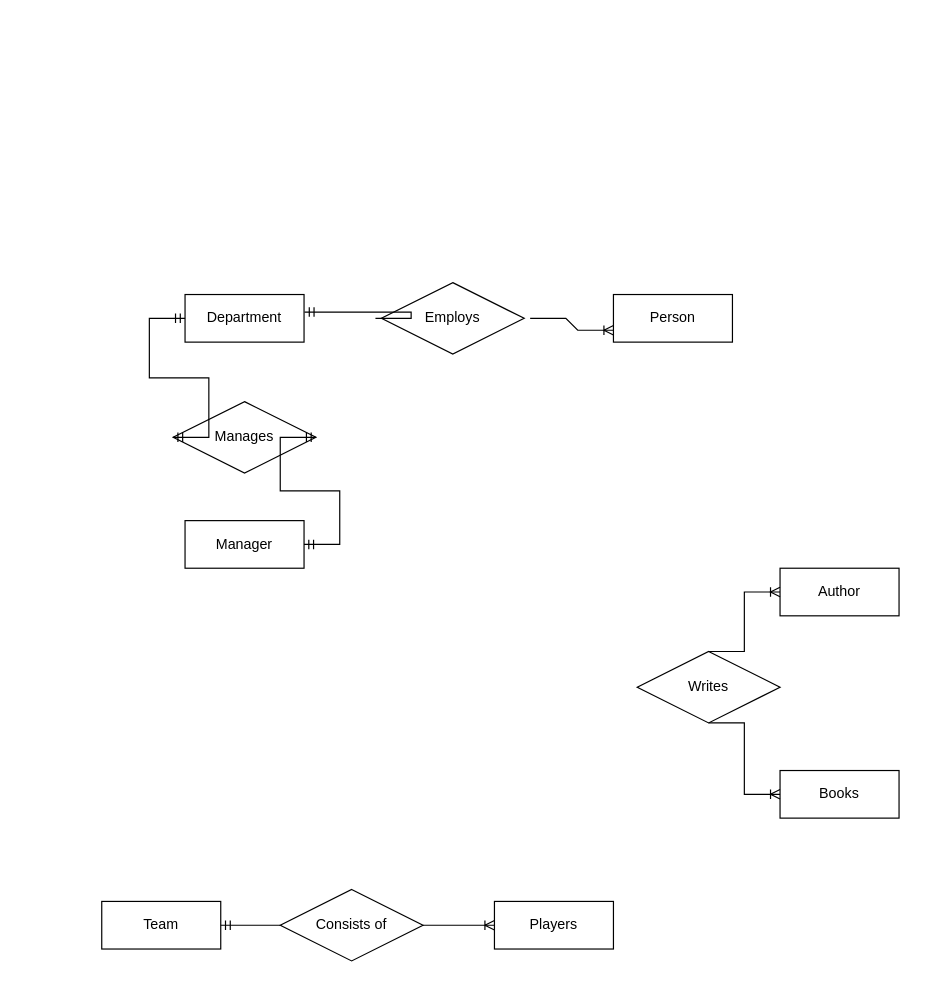
Above: folder/Untitled Diagram.drawio in Elshan777/draw.io-diagrams (draw.io), before the change. Source tidied: cells renumbered, new cells numbered last; positions are measured from the earlier drawing's top-left corner, leaving out a move shared by most shapes. Both pictures are drawn from the tidied source at 119%, with x=0, y=0 at pixel (101, 282).
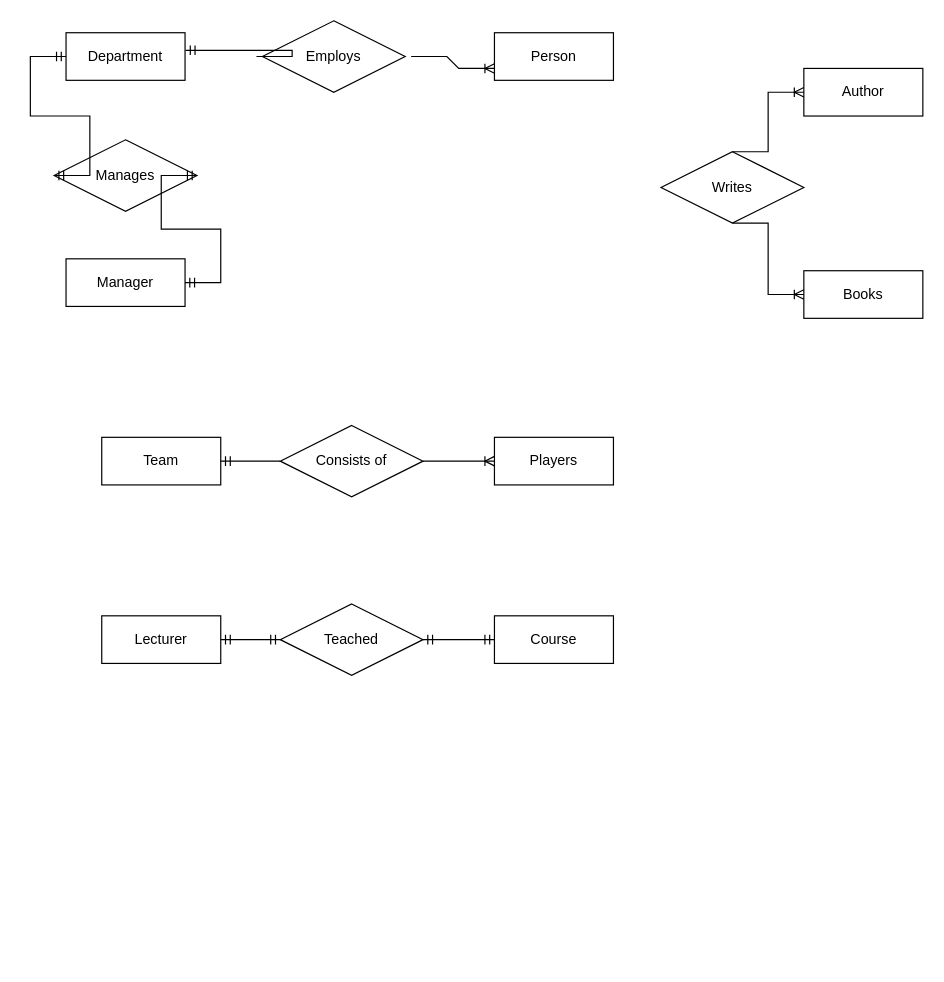
After the change.

Change to the diagram source:
```diff
@@
     <mxCell id="2" value="Department" style="whiteSpace=wrap;html=1;align=center;" parent="1" vertex="1">
-      <mxGeometry x="70" y="10" width="100" height="40" as="geometry" />
+      <mxGeometry x="-30" y="-210" width="100" height="40" as="geometry" />
     </mxCell>
     <mxCell id="3" value="Person" style="whiteSpace=wrap;html=1;align=center;" parent="1" vertex="1">
-      <mxGeometry x="430" y="10" width="100" height="40" as="geometry" />
+      <mxGeometry x="330" y="-210" width="100" height="40" as="geometry" />
     </mxCell>
     <mxCell id="4" value="Manager" style="whiteSpace=wrap;html=1;align=center;" parent="1" vertex="1">
-      <mxGeometry x="70" y="200" width="100" height="40" as="geometry" />
+      <mxGeometry x="-30" y="-20" width="100" height="40" as="geometry" />
     </mxCell>
     <mxCell id="5" value="Manages" style="shape=rhombus;perimeter=rhombusPerimeter;whiteSpace=wrap;html=1;align=center;" parent="1" vertex="1">
-      <mxGeometry x="60" y="100" width="120" height="60" as="geometry" />
+      <mxGeometry x="-40" y="-120" width="120" height="60" as="geometry" />
     </mxCell>
     <mxCell id="6" value="Author" style="whiteSpace=wrap;html=1;align=center;" parent="1" vertex="1">
-      <mxGeometry x="570" y="240" width="100" height="40" as="geometry" />
+      <mxGeometry x="590" y="-180" width="100" height="40" as="geometry" />
     </mxCell>
     <mxCell id="7" value="Books" style="whiteSpace=wrap;html=1;align=center;" parent="1" vertex="1">
-      <mxGeometry x="570" y="410" width="100" height="40" as="geometry" />
+      <mxGeometry x="590" y="-10" width="100" height="40" as="geometry" />
     </mxCell>
     <mxCell id="8" value="Writes" style="shape=rhombus;perimeter=rhombusPerimeter;whiteSpace=wrap;html=1;align=center;" parent="1" vertex="1">
-      <mxGeometry x="450" y="310" width="120" height="60" as="geometry" />
+      <mxGeometry x="470" y="-110" width="120" height="60" as="geometry" />
     </mxCell>
     <mxCell id="9" value="Employs" style="shape=rhombus;perimeter=rhombusPerimeter;whiteSpace=wrap;html=1;align=center;" parent="1" vertex="1">
-      <mxGeometry x="235" width="120" height="60" as="geometry" />
+      <mxGeometry x="135" y="-220" width="120" height="60" as="geometry" />
     </mxCell>
     <mxCell id="10" style="edgeStyle=entityRelationEdgeStyle;fontSize=12;html=1;endArrow=ERoneToMany;rounded=0;entryX=0;entryY=0.75;entryDx=0;entryDy=0;" parent="1" edge="1" target="3">
       <mxGeometry relative="1" as="geometry">
-        <mxPoint x="360" y="30" as="sourcePoint" />
+        <mxPoint x="260" y="-190" as="sourcePoint" />
       </mxGeometry>
     </mxCell>
     <mxCell id="11" style="edgeStyle=entityRelationEdgeStyle;fontSize=12;html=1;endArrow=ERmandOne;rounded=0;entryX=1.004;entryY=0.369;entryDx=0;entryDy=0;entryPerimeter=0;" parent="1" edge="1" target="2">
       <mxGeometry relative="1" as="geometry">
-        <mxPoint x="230" y="30" as="sourcePoint" />
+        <mxPoint x="130" y="-190" as="sourcePoint" />
       </mxGeometry>
     </mxCell>
@@
     <mxCell id="13" style="edgeStyle=entityRelationEdgeStyle;fontSize=12;html=1;endArrow=ERmandOne;startArrow=ERmandOne;rounded=0;exitX=0;exitY=0.5;exitDx=0;exitDy=0;" parent="1" edge="1" source="5">
       <mxGeometry relative="1" as="geometry">
-        <mxPoint x="70" y="30" as="targetPoint" />
+        <mxPoint x="-30" y="-190" as="targetPoint" />
       </mxGeometry>
     </mxCell>
@@
     <mxCell id="15" style="edgeStyle=entityRelationEdgeStyle;fontSize=12;html=1;endArrow=ERoneToMany;rounded=0;entryX=0;entryY=0.5;entryDx=0;entryDy=0;" parent="1" edge="1" target="6">
       <mxGeometry relative="1" as="geometry">
-        <mxPoint x="510" y="310" as="sourcePoint" />
+        <mxPoint x="530" y="-110" as="sourcePoint" />
       </mxGeometry>
     </mxCell>
     <mxCell id="16" value="Team" style="whiteSpace=wrap;html=1;align=center;" parent="1" vertex="1">
-      <mxGeometry y="520" width="100" height="40" as="geometry" />
+      <mxGeometry y="130" width="100" height="40" as="geometry" />
     </mxCell>
     <mxCell id="17" value="Consists of" style="shape=rhombus;perimeter=rhombusPerimeter;whiteSpace=wrap;html=1;align=center;" parent="1" vertex="1">
-      <mxGeometry x="150" y="510" width="120" height="60" as="geometry" />
+      <mxGeometry x="150" y="120" width="120" height="60" as="geometry" />
     </mxCell>
     <mxCell id="18" value="Players" style="whiteSpace=wrap;html=1;align=center;" parent="1" vertex="1">
-      <mxGeometry x="330" y="520" width="100" height="40" as="geometry" />
+      <mxGeometry x="330" y="130" width="100" height="40" as="geometry" />
     </mxCell>
     <mxCell id="19" style="edgeStyle=entityRelationEdgeStyle;fontSize=12;html=1;endArrow=ERoneToMany;rounded=0;exitX=1;exitY=0.5;exitDx=0;exitDy=0;" parent="1" edge="1" source="17">
       <mxGeometry relative="1" as="geometry">
-        <mxPoint x="330" y="540" as="targetPoint" />
+        <mxPoint x="330" y="150" as="targetPoint" />
       </mxGeometry>
     </mxCell>
@@
+    <mxCell id="21" value="Lecturer" style="whiteSpace=wrap;html=1;align=center;" parent="1" vertex="1">
+      <mxGeometry y="280" width="100" height="40" as="geometry" />
+    </mxCell>
+    <mxCell id="22" value="Course" style="whiteSpace=wrap;html=1;align=center;" parent="1" vertex="1">
+      <mxGeometry x="330" y="280" width="100" height="40" as="geometry" />
+    </mxCell>
+    <mxCell id="23" value="Teached" style="shape=rhombus;perimeter=rhombusPerimeter;whiteSpace=wrap;html=1;align=center;" parent="1" vertex="1">
+      <mxGeometry x="150" y="270" width="120" height="60" as="geometry" />
+    </mxCell>
+    <mxCell id="24" style="edgeStyle=entityRelationEdgeStyle;fontSize=12;html=1;endArrow=ERmandOne;startArrow=ERmandOne;rounded=0;exitX=1;exitY=0.5;exitDx=0;exitDy=0;entryX=0;entryY=0.5;entryDx=0;entryDy=0;" parent="1" edge="1" source="23" target="22">
+      <mxGeometry relative="1" as="geometry" />
+    </mxCell>
+    <mxCell id="25" style="edgeStyle=entityRelationEdgeStyle;fontSize=12;html=1;endArrow=ERmandOne;startArrow=ERmandOne;rounded=0;exitX=1;exitY=0.5;exitDx=0;exitDy=0;entryX=0;entryY=0.5;entryDx=0;entryDy=0;" parent="1" edge="1" source="21" target="23">
+      <mxGeometry relative="1" as="geometry" />
+    </mxCell>
```
